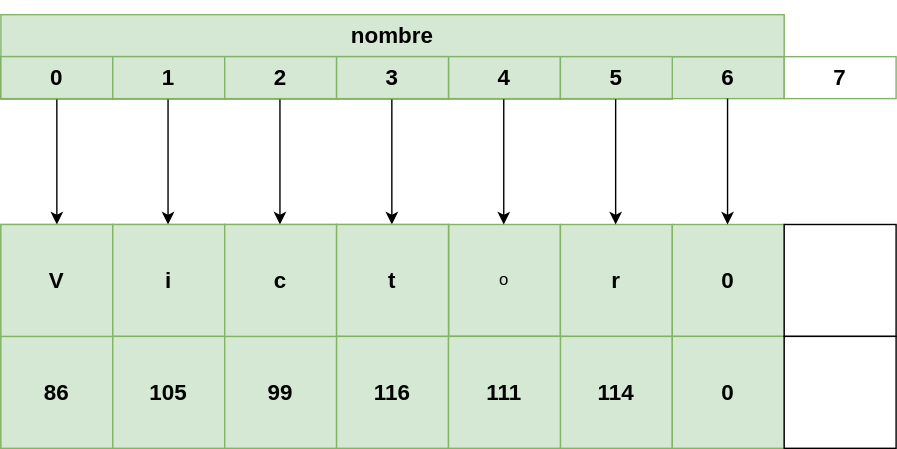
Above: img/Diagrama sin título.drawio.svg in LucianoSBja/InnovaGrupo4 (draw.io), before the change. Source tidied: cells renumbered, new cells last; positions are measured from the earlier drawing's top-left corner, leaving out a move shared by most shapes.
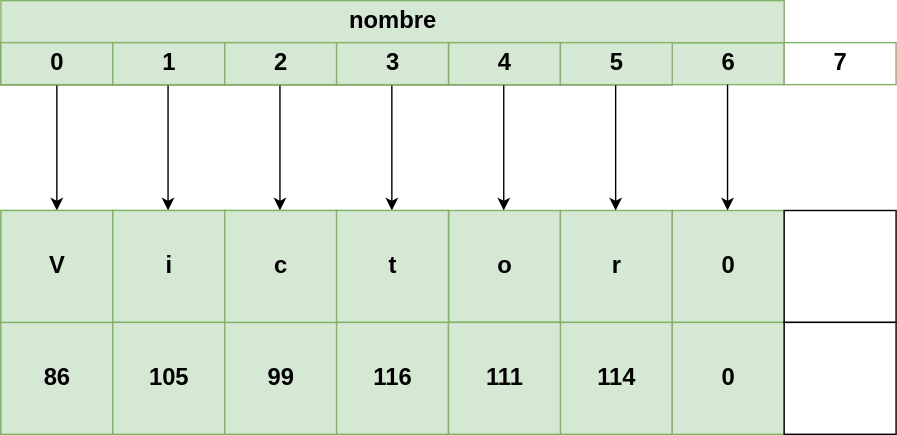
The same file after the commit.

Commit message:
introduccion a la programacion

Change to the diagram source:
```diff
@@ -2,177 +2,177 @@
   <root>
     <mxCell id="0" />
     <mxCell id="1" parent="0" />
-    <mxCell id="2" value="V" style="whiteSpace=wrap;html=1;fillColor=#d5e8d4;strokeColor=#82b366;fontStyle=0;" parent="1" vertex="1">
+    <mxCell id="2" value="V" style="fillColor=#d5e8d4;strokeColor=#82b366;fontStyle=1;fontColor=#000000;fontFamily=Helvetica;fontSize=17;html=1;" parent="1" vertex="1">
       <mxGeometry y="150" width="80" height="80" as="geometry" />
     </mxCell>
-    <mxCell id="3" value="i" style="whiteSpace=wrap;html=1;fillColor=#d5e8d4;strokeColor=#82b366;fontStyle=0;fontSize=12;" parent="1" vertex="1">
+    <mxCell id="3" value="i" style="fillColor=#d5e8d4;strokeColor=#82b366;fontStyle=1;fontSize=17;fontColor=#000000;fontFamily=Helvetica;html=1;" parent="1" vertex="1">
       <mxGeometry x="80" y="150" width="80" height="80" as="geometry" />
     </mxCell>
-    <mxCell id="4" value="c" style="whiteSpace=wrap;html=1;fillColor=#d5e8d4;strokeColor=#82b366;fontStyle=0;fontSize=12;" parent="1" vertex="1">
+    <mxCell id="4" value="c" style="fillColor=#d5e8d4;strokeColor=#82b366;fontStyle=1;fontSize=17;fontColor=#000000;fontFamily=Helvetica;html=1;" parent="1" vertex="1">
       <mxGeometry x="160" y="150" width="80" height="80" as="geometry" />
     </mxCell>
-    <mxCell id="5" value="o" style="whiteSpace=wrap;html=1;fillColor=#d5e8d4;strokeColor=#82b366;fontStyle=0;fontSize=12;" parent="1" vertex="1">
+    <mxCell id="5" value="o" style="fillColor=#d5e8d4;strokeColor=#82b366;fontStyle=1;fontSize=17;fontColor=#000000;fontFamily=Helvetica;html=1;" parent="1" vertex="1">
       <mxGeometry x="320" y="150" width="80" height="80" as="geometry" />
     </mxCell>
-    <mxCell id="6" value="r" style="whiteSpace=wrap;html=1;fillColor=#d5e8d4;strokeColor=#82b366;fontStyle=1;fontSize=16;" parent="1" vertex="1">
+    <mxCell id="6" value="r" style="fillColor=#d5e8d4;strokeColor=#82b366;fontStyle=1;fontSize=17;fontColor=#000000;fontFamily=Helvetica;html=1;" parent="1" vertex="1">
       <mxGeometry x="400" y="150" width="80" height="80" as="geometry" />
     </mxCell>
-    <mxCell id="7" value="0" style="whiteSpace=wrap;html=1;fillColor=#d5e8d4;strokeColor=#82b366;fontStyle=1;fontSize=16;" parent="1" vertex="1">
+    <mxCell id="7" value="0" style="fillColor=#d5e8d4;strokeColor=#82b366;fontStyle=1;fontSize=17;fontColor=#000000;fontFamily=Helvetica;html=1;" parent="1" vertex="1">
       <mxGeometry x="480" y="150" width="80" height="80" as="geometry" />
     </mxCell>
-    <mxCell id="8" style="rounded=0;whiteSpace=wrap;html=1;" parent="1" vertex="1">
+    <mxCell id="8" style="rounded=0;fontColor=#000000;fontFamily=Helvetica;fontSize=17;html=1;fontStyle=1;" parent="1" vertex="1">
       <mxGeometry y="30" width="80" height="30" as="geometry" />
     </mxCell>
-    <mxCell id="9" style="rounded=0;whiteSpace=wrap;html=1;" parent="1" vertex="1">
+    <mxCell id="9" style="rounded=0;fontColor=#000000;fontFamily=Helvetica;fontSize=17;html=1;fontStyle=1;" parent="1" vertex="1">
       <mxGeometry x="80" y="30" width="80" height="30" as="geometry" />
     </mxCell>
-    <mxCell id="10" style="rounded=0;whiteSpace=wrap;html=1;" parent="1" vertex="1">
+    <mxCell id="10" style="rounded=0;fontColor=#000000;fontFamily=Helvetica;fontSize=17;html=1;fontStyle=1;" parent="1" vertex="1">
       <mxGeometry x="160" y="30" width="80" height="30" as="geometry" />
     </mxCell>
-    <mxCell id="11" style="rounded=0;whiteSpace=wrap;html=1;" parent="1" vertex="1">
+    <mxCell id="11" style="rounded=0;fontColor=#000000;fontFamily=Helvetica;fontSize=17;html=1;fontStyle=1;" parent="1" vertex="1">
       <mxGeometry x="240" y="30" width="80" height="30" as="geometry" />
     </mxCell>
-    <mxCell id="12" style="rounded=0;whiteSpace=wrap;html=1;" parent="1" vertex="1">
+    <mxCell id="12" style="rounded=0;fontColor=#000000;fontFamily=Helvetica;fontSize=17;html=1;fontStyle=1;" parent="1" vertex="1">
       <mxGeometry x="320" y="30" width="80" height="30" as="geometry" />
     </mxCell>
-    <mxCell id="13" style="rounded=0;whiteSpace=wrap;html=1;" parent="1" vertex="1">
+    <mxCell id="13" style="rounded=0;fontColor=#000000;fontFamily=Helvetica;fontSize=17;html=1;fontStyle=1;" parent="1" vertex="1">
       <mxGeometry x="400" y="30" width="80" height="30" as="geometry" />
     </mxCell>
-    <mxCell id="14" value="6" style="rounded=0;whiteSpace=wrap;html=1;fillColor=#d5e8d4;strokeColor=#82b366;fontSize=16;fontStyle=1;" parent="1" vertex="1">
+    <mxCell id="14" value="6" style="rounded=0;fillColor=#d5e8d4;strokeColor=#82b366;fontSize=17;fontStyle=1;fontColor=#000000;fontFamily=Helvetica;html=1;" parent="1" vertex="1">
       <mxGeometry x="480" y="30" width="80" height="30" as="geometry" />
     </mxCell>
-    <mxCell id="15" style="endArrow=classic;html=1;rounded=0;entryX=0.5;entryY=0;entryDx=0;entryDy=0;" parent="1" edge="1" target="2">
+    <mxCell id="15" style="endArrow=classic;rounded=0;entryX=0.5;entryY=0;entryDx=0;entryDy=0;fontColor=#000000;fontFamily=Helvetica;fontSize=17;html=1;fontStyle=1;" parent="1" edge="1" target="2">
       <mxGeometry relative="1" as="geometry">
         <mxPoint x="40" y="60" as="sourcePoint" />
       </mxGeometry>
     </mxCell>
-    <mxCell id="16" style="endArrow=classic;html=1;rounded=0;entryX=0.5;entryY=0;entryDx=0;entryDy=0;fontStyle=0;fontSize=12;" parent="1" edge="1">
+    <mxCell id="16" style="endArrow=classic;rounded=0;entryX=0.5;entryY=0;entryDx=0;entryDy=0;fontStyle=1;fontSize=17;fontColor=#000000;fontFamily=Helvetica;html=1;" parent="1" edge="1">
       <mxGeometry relative="1" as="geometry">
         <mxPoint x="119.5" y="60" as="sourcePoint" />
         <mxPoint x="119.5" y="150" as="targetPoint" />
       </mxGeometry>
     </mxCell>
-    <mxCell id="17" style="endArrow=classic;html=1;rounded=0;entryX=0.5;entryY=0;entryDx=0;entryDy=0;fontStyle=0;fontSize=12;" parent="1" edge="1">
+    <mxCell id="17" style="endArrow=classic;rounded=0;entryX=0.5;entryY=0;entryDx=0;entryDy=0;fontStyle=1;fontSize=17;fontColor=#000000;fontFamily=Helvetica;html=1;" parent="1" edge="1">
       <mxGeometry relative="1" as="geometry">
         <mxPoint x="199.5" y="60" as="sourcePoint" />
         <mxPoint x="199.5" y="150" as="targetPoint" />
       </mxGeometry>
     </mxCell>
-    <mxCell id="18" style="endArrow=classic;html=1;rounded=0;entryX=0.5;entryY=0;entryDx=0;entryDy=0;fontStyle=0;fontSize=12;" parent="1" edge="1">
+    <mxCell id="18" style="endArrow=classic;rounded=0;entryX=0.5;entryY=0;entryDx=0;entryDy=0;fontStyle=1;fontSize=17;fontColor=#000000;fontFamily=Helvetica;html=1;" parent="1" edge="1">
       <mxGeometry relative="1" as="geometry">
         <mxPoint x="279.5" y="60" as="sourcePoint" />
         <mxPoint x="279.5" y="150" as="targetPoint" />
       </mxGeometry>
     </mxCell>
-    <mxCell id="19" style="endArrow=classic;html=1;rounded=0;entryX=0.5;entryY=0;entryDx=0;entryDy=0;fontStyle=0;fontSize=12;" parent="1" edge="1">
+    <mxCell id="19" style="endArrow=classic;rounded=0;entryX=0.5;entryY=0;entryDx=0;entryDy=0;fontStyle=1;fontSize=17;fontColor=#000000;fontFamily=Helvetica;html=1;" parent="1" edge="1">
       <mxGeometry relative="1" as="geometry">
         <mxPoint x="359.5" y="60" as="sourcePoint" />
         <mxPoint x="359.5" y="150" as="targetPoint" />
       </mxGeometry>
     </mxCell>
-    <mxCell id="20" style="endArrow=classic;html=1;rounded=0;entryX=0.5;entryY=0;entryDx=0;entryDy=0;fontStyle=0;fontSize=12;" parent="1" edge="1">
+    <mxCell id="20" style="endArrow=classic;rounded=0;entryX=0.5;entryY=0;entryDx=0;entryDy=0;fontStyle=1;fontSize=17;fontColor=#000000;fontFamily=Helvetica;html=1;" parent="1" edge="1">
       <mxGeometry relative="1" as="geometry">
         <mxPoint x="439.5" y="60" as="sourcePoint" />
         <mxPoint x="439.5" y="150" as="targetPoint" />
       </mxGeometry>
     </mxCell>
-    <mxCell id="21" style="endArrow=classic;html=1;rounded=0;entryX=0.5;entryY=0;entryDx=0;entryDy=0;fontStyle=0;fontSize=12;" parent="1" edge="1">
+    <mxCell id="21" style="endArrow=classic;rounded=0;entryX=0.5;entryY=0;entryDx=0;entryDy=0;fontStyle=1;fontSize=17;fontColor=#000000;fontFamily=Helvetica;html=1;" parent="1" edge="1">
       <mxGeometry relative="1" as="geometry">
         <mxPoint x="519.5" y="60" as="sourcePoint" />
         <mxPoint x="519.5" y="150" as="targetPoint" />
       </mxGeometry>
     </mxCell>
-    <mxCell id="22" value="t" style="whiteSpace=wrap;html=1;fillColor=#d5e8d4;strokeColor=#82b366;fontStyle=0;fontSize=12;" parent="1" vertex="1">
+    <mxCell id="22" value="t" style="fillColor=#d5e8d4;strokeColor=#82b366;fontStyle=1;fontSize=17;fontColor=#000000;fontFamily=Helvetica;html=1;" parent="1" vertex="1">
       <mxGeometry x="240" y="150" width="80" height="80" as="geometry" />
     </mxCell>
-    <mxCell id="23" value="&lt;h3 style=&quot;font-size: 16px;&quot;&gt;nombre&lt;/h3&gt;" style="rounded=0;whiteSpace=wrap;html=1;fillColor=#d5e8d4;strokeColor=#82b366;fontSize=16;" parent="1" vertex="1">
+    <mxCell id="23" value="nombre" style="rounded=0;fillColor=#d5e8d4;strokeColor=#82b366;fontSize=17;fontColor=#000000;fontFamily=Helvetica;html=1;fontStyle=1;" parent="1" vertex="1">
       <mxGeometry width="560" height="30" as="geometry" />
     </mxCell>
-    <mxCell id="24" value="86" style="whiteSpace=wrap;html=1;fillColor=#d5e8d4;strokeColor=#82b366;" parent="1" vertex="1">
+    <mxCell id="24" value="86" style="fillColor=#d5e8d4;strokeColor=#82b366;fontColor=#000000;fontFamily=Helvetica;fontSize=17;html=1;fontStyle=1;" parent="1" vertex="1">
       <mxGeometry y="230" width="80" height="80" as="geometry" />
     </mxCell>
-    <mxCell id="25" value="105" style="whiteSpace=wrap;html=1;fillColor=#d5e8d4;strokeColor=#82b366;fontStyle=0;fontSize=12;" parent="1" vertex="1">
+    <mxCell id="25" value="105" style="fillColor=#d5e8d4;strokeColor=#82b366;fontStyle=1;fontSize=17;fontColor=#000000;fontFamily=Helvetica;html=1;" parent="1" vertex="1">
       <mxGeometry x="80" y="230" width="80" height="80" as="geometry" />
     </mxCell>
-    <mxCell id="26" value="99" style="whiteSpace=wrap;html=1;fillColor=#d5e8d4;strokeColor=#82b366;fontStyle=0;fontSize=12;" parent="1" vertex="1">
+    <mxCell id="26" value="99" style="fillColor=#d5e8d4;strokeColor=#82b366;fontStyle=1;fontSize=17;fontColor=#000000;fontFamily=Helvetica;html=1;" parent="1" vertex="1">
       <mxGeometry x="160" y="230" width="80" height="80" as="geometry" />
     </mxCell>
-    <mxCell id="27" value="111" style="whiteSpace=wrap;html=1;fillColor=#d5e8d4;strokeColor=#82b366;fontStyle=0;fontSize=12;" parent="1" vertex="1">
+    <mxCell id="27" value="111" style="fillColor=#d5e8d4;strokeColor=#82b366;fontStyle=1;fontSize=17;fontColor=#000000;fontFamily=Helvetica;html=1;" parent="1" vertex="1">
       <mxGeometry x="320" y="230" width="80" height="80" as="geometry" />
     </mxCell>
-    <mxCell id="28" value="114" style="whiteSpace=wrap;html=1;fillColor=#d5e8d4;strokeColor=#82b366;fontStyle=1;fontSize=16;" parent="1" vertex="1">
+    <mxCell id="28" value="114" style="fillColor=#d5e8d4;strokeColor=#82b366;fontStyle=1;fontSize=17;fontColor=#000000;fontFamily=Helvetica;html=1;" parent="1" vertex="1">
       <mxGeometry x="400" y="230" width="80" height="80" as="geometry" />
     </mxCell>
-    <mxCell id="29" value="0" style="whiteSpace=wrap;html=1;fillColor=#d5e8d4;strokeColor=#82b366;fontStyle=1;fontSize=16;" parent="1" vertex="1">
+    <mxCell id="29" value="0" style="fillColor=#d5e8d4;strokeColor=#82b366;fontStyle=1;fontSize=17;fontColor=#000000;fontFamily=Helvetica;html=1;" parent="1" vertex="1">
       <mxGeometry x="480" y="230" width="80" height="80" as="geometry" />
     </mxCell>
-    <mxCell id="30" value="116" style="whiteSpace=wrap;html=1;fillColor=#d5e8d4;strokeColor=#82b366;fontStyle=0;fontSize=12;" parent="1" vertex="1">
+    <mxCell id="30" value="116" style="fillColor=#d5e8d4;strokeColor=#82b366;fontStyle=1;fontSize=17;fontColor=#000000;fontFamily=Helvetica;html=1;" parent="1" vertex="1">
       <mxGeometry x="240" y="230" width="80" height="80" as="geometry" />
     </mxCell>
-    <mxCell id="31" value="0" style="rounded=0;whiteSpace=wrap;html=1;fillColor=#d5e8d4;strokeColor=#82b366;" parent="1" vertex="1">
+    <mxCell id="31" value="0" style="rounded=0;fillColor=#d5e8d4;strokeColor=#82b366;fontColor=#000000;fontFamily=Helvetica;fontSize=17;html=1;fontStyle=1;" parent="1" vertex="1">
       <mxGeometry y="30" width="80" height="30" as="geometry" />
     </mxCell>
-    <mxCell id="32" value="1" style="rounded=0;whiteSpace=wrap;html=1;fillColor=#d5e8d4;strokeColor=#82b366;" parent="1" vertex="1">
+    <mxCell id="32" value="1" style="rounded=0;fillColor=#d5e8d4;strokeColor=#82b366;fontColor=#000000;fontFamily=Helvetica;fontSize=17;html=1;fontStyle=1;" parent="1" vertex="1">
       <mxGeometry x="80" y="30" width="80" height="30" as="geometry" />
     </mxCell>
-    <mxCell id="33" value="2" style="rounded=0;whiteSpace=wrap;html=1;fillColor=#d5e8d4;strokeColor=#82b366;" parent="1" vertex="1">
+    <mxCell id="33" value="2" style="rounded=0;fillColor=#d5e8d4;strokeColor=#82b366;fontColor=#000000;fontFamily=Helvetica;fontSize=17;html=1;fontStyle=1;" parent="1" vertex="1">
       <mxGeometry x="160" y="30" width="80" height="30" as="geometry" />
     </mxCell>
-    <mxCell id="34" value="3" style="rounded=0;whiteSpace=wrap;html=1;fillColor=#d5e8d4;strokeColor=#82b366;" parent="1" vertex="1">
+    <mxCell id="34" value="3" style="rounded=0;fillColor=#d5e8d4;strokeColor=#82b366;fontColor=#000000;fontFamily=Helvetica;fontSize=17;html=1;fontStyle=1;" parent="1" vertex="1">
       <mxGeometry x="240" y="30" width="80" height="30" as="geometry" />
     </mxCell>
-    <mxCell id="35" value="4" style="rounded=0;whiteSpace=wrap;html=1;fillColor=#d5e8d4;strokeColor=#82b366;fontSize=16;fontStyle=1;" parent="1" vertex="1">
+    <mxCell id="35" value="4" style="rounded=0;fillColor=#d5e8d4;strokeColor=#82b366;fontSize=17;fontStyle=1;fontColor=#000000;fontFamily=Helvetica;html=1;" parent="1" vertex="1">
       <mxGeometry x="320" y="30" width="80" height="30" as="geometry" />
     </mxCell>
-    <mxCell id="36" value="5" style="rounded=0;whiteSpace=wrap;html=1;fillColor=#d5e8d4;strokeColor=#82b366;fontSize=16;fontStyle=1;" parent="1" vertex="1">
+    <mxCell id="36" value="5" style="rounded=0;fillColor=#d5e8d4;strokeColor=#82b366;fontSize=17;fontStyle=1;fontColor=#000000;fontFamily=Helvetica;html=1;" parent="1" vertex="1">
       <mxGeometry x="400" y="30" width="80" height="30" as="geometry" />
     </mxCell>
-    <mxCell id="37" value="7" style="rounded=0;whiteSpace=wrap;html=1;fillColor=#FFFFFF;strokeColor=#82b366;fontSize=16;fontStyle=1;" parent="1" vertex="1">
+    <mxCell id="37" value="7" style="rounded=0;fillColor=#FFFFFF;strokeColor=#82b366;fontSize=17;fontStyle=1;fontColor=#000000;fontFamily=Helvetica;html=1;" parent="1" vertex="1">
       <mxGeometry x="560" y="30" width="80" height="30" as="geometry" />
     </mxCell>
-    <mxCell id="38" style="whiteSpace=wrap;html=1;" parent="1" vertex="1">
+    <mxCell id="38" style="fontColor=#000000;fontFamily=Helvetica;fontSize=17;html=1;fontStyle=1;" parent="1" vertex="1">
       <mxGeometry x="560" y="150" width="80" height="80" as="geometry" />
     </mxCell>
-    <mxCell id="39" style="whiteSpace=wrap;html=1;" parent="1" vertex="1">
+    <mxCell id="39" style="fontColor=#000000;fontFamily=Helvetica;fontSize=17;html=1;fontStyle=1;" parent="1" vertex="1">
       <mxGeometry x="560" y="230" width="80" height="80" as="geometry" />
     </mxCell>
-    <mxCell id="40" value="86" style="whiteSpace=wrap;html=1;fillColor=#d5e8d4;strokeColor=#82b366;fontSize=16;fontStyle=1;" parent="1" vertex="1">
+    <mxCell id="40" value="86" style="fillColor=#d5e8d4;strokeColor=#82b366;fontSize=17;fontStyle=1;fontColor=#000000;fontFamily=Helvetica;html=1;" parent="1" vertex="1">
       <mxGeometry y="230" width="80" height="80" as="geometry" />
     </mxCell>
-    <mxCell id="41" value="V" style="whiteSpace=wrap;html=1;fillColor=#d5e8d4;strokeColor=#82b366;fontStyle=1;fontSize=16;" parent="1" vertex="1">
+    <mxCell id="41" value="V" style="fillColor=#d5e8d4;strokeColor=#82b366;fontStyle=1;fontSize=17;fontColor=#000000;fontFamily=Helvetica;html=1;" parent="1" vertex="1">
       <mxGeometry y="150" width="80" height="80" as="geometry" />
     </mxCell>
-    <mxCell id="42" value="0" style="rounded=0;whiteSpace=wrap;html=1;fillColor=#d5e8d4;strokeColor=#82b366;fontSize=16;fontStyle=1;" parent="1" vertex="1">
+    <mxCell id="42" value="0" style="rounded=0;fillColor=#d5e8d4;strokeColor=#82b366;fontSize=17;fontStyle=1;fontColor=#000000;fontFamily=Helvetica;html=1;" parent="1" vertex="1">
       <mxGeometry y="30" width="80" height="30" as="geometry" />
     </mxCell>
-    <mxCell id="43" value="1" style="rounded=0;whiteSpace=wrap;html=1;fillColor=#d5e8d4;strokeColor=#82b366;fontSize=16;fontStyle=1;" parent="1" vertex="1">
+    <mxCell id="43" value="1" style="rounded=0;fillColor=#d5e8d4;strokeColor=#82b366;fontSize=17;fontStyle=1;fontColor=#000000;fontFamily=Helvetica;html=1;" parent="1" vertex="1">
       <mxGeometry x="80" y="30" width="80" height="30" as="geometry" />
     </mxCell>
-    <mxCell id="44" value="i" style="whiteSpace=wrap;html=1;fillColor=#d5e8d4;strokeColor=#82b366;fontStyle=1;fontSize=16;" parent="1" vertex="1">
+    <mxCell id="44" value="i" style="fillColor=#d5e8d4;strokeColor=#82b366;fontStyle=1;fontSize=17;fontColor=#000000;fontFamily=Helvetica;html=1;" parent="1" vertex="1">
       <mxGeometry x="80" y="150" width="80" height="80" as="geometry" />
     </mxCell>
-    <mxCell id="45" value="105" style="whiteSpace=wrap;html=1;fillColor=#d5e8d4;strokeColor=#82b366;fontStyle=1;fontSize=16;" parent="1" vertex="1">
+    <mxCell id="45" value="105" style="fillColor=#d5e8d4;strokeColor=#82b366;fontStyle=1;fontSize=17;fontColor=#000000;fontFamily=Helvetica;html=1;" parent="1" vertex="1">
       <mxGeometry x="80" y="230" width="80" height="80" as="geometry" />
     </mxCell>
-    <mxCell id="46" value="99" style="whiteSpace=wrap;html=1;fillColor=#d5e8d4;strokeColor=#82b366;fontStyle=1;fontSize=16;" parent="1" vertex="1">
+    <mxCell id="46" value="99" style="fillColor=#d5e8d4;strokeColor=#82b366;fontStyle=1;fontSize=17;fontColor=#000000;fontFamily=Helvetica;html=1;" parent="1" vertex="1">
       <mxGeometry x="160" y="230" width="80" height="80" as="geometry" />
     </mxCell>
-    <mxCell id="47" value="c" style="whiteSpace=wrap;html=1;fillColor=#d5e8d4;strokeColor=#82b366;fontStyle=1;fontSize=16;" parent="1" vertex="1">
+    <mxCell id="47" value="c" style="fillColor=#d5e8d4;strokeColor=#82b366;fontStyle=1;fontSize=17;fontColor=#000000;fontFamily=Helvetica;html=1;" parent="1" vertex="1">
       <mxGeometry x="160" y="150" width="80" height="80" as="geometry" />
     </mxCell>
-    <mxCell id="48" value="2" style="rounded=0;whiteSpace=wrap;html=1;fillColor=#d5e8d4;strokeColor=#82b366;fontSize=16;fontStyle=1;" parent="1" vertex="1">
+    <mxCell id="48" value="2" style="rounded=0;fillColor=#d5e8d4;strokeColor=#82b366;fontSize=17;fontStyle=1;fontColor=#000000;fontFamily=Helvetica;html=1;" parent="1" vertex="1">
       <mxGeometry x="160" y="30" width="80" height="30" as="geometry" />
     </mxCell>
-    <mxCell id="49" value="3" style="rounded=0;whiteSpace=wrap;html=1;fillColor=#d5e8d4;strokeColor=#82b366;fontSize=16;fontStyle=1;" parent="1" vertex="1">
+    <mxCell id="49" value="3" style="rounded=0;fillColor=#d5e8d4;strokeColor=#82b366;fontSize=17;fontStyle=1;fontColor=#000000;fontFamily=Helvetica;html=1;" parent="1" vertex="1">
       <mxGeometry x="240" y="30" width="80" height="30" as="geometry" />
     </mxCell>
-    <mxCell id="50" value="t" style="whiteSpace=wrap;html=1;fillColor=#d5e8d4;strokeColor=#82b366;fontStyle=1;fontSize=16;" parent="1" vertex="1">
+    <mxCell id="50" value="t" style="fillColor=#d5e8d4;strokeColor=#82b366;fontStyle=1;fontSize=17;fontColor=#000000;fontFamily=Helvetica;html=1;" parent="1" vertex="1">
       <mxGeometry x="240" y="150" width="80" height="80" as="geometry" />
     </mxCell>
-    <mxCell id="51" value="116" style="whiteSpace=wrap;html=1;fillColor=#d5e8d4;strokeColor=#82b366;fontStyle=1;fontSize=16;" parent="1" vertex="1">
+    <mxCell id="51" value="116" style="fillColor=#d5e8d4;strokeColor=#82b366;fontStyle=1;fontSize=17;fontColor=#000000;fontFamily=Helvetica;html=1;" parent="1" vertex="1">
       <mxGeometry x="240" y="230" width="80" height="80" as="geometry" />
     </mxCell>
-    <mxCell id="52" value="111" style="whiteSpace=wrap;html=1;fillColor=#d5e8d4;strokeColor=#82b366;fontStyle=1;fontSize=16;" parent="1" vertex="1">
+    <mxCell id="52" value="111" style="fillColor=#d5e8d4;strokeColor=#82b366;fontStyle=1;fontSize=17;fontColor=#000000;fontFamily=Helvetica;html=1;" parent="1" vertex="1">
       <mxGeometry x="320" y="230" width="80" height="80" as="geometry" />
     </mxCell>
   </root>
```
